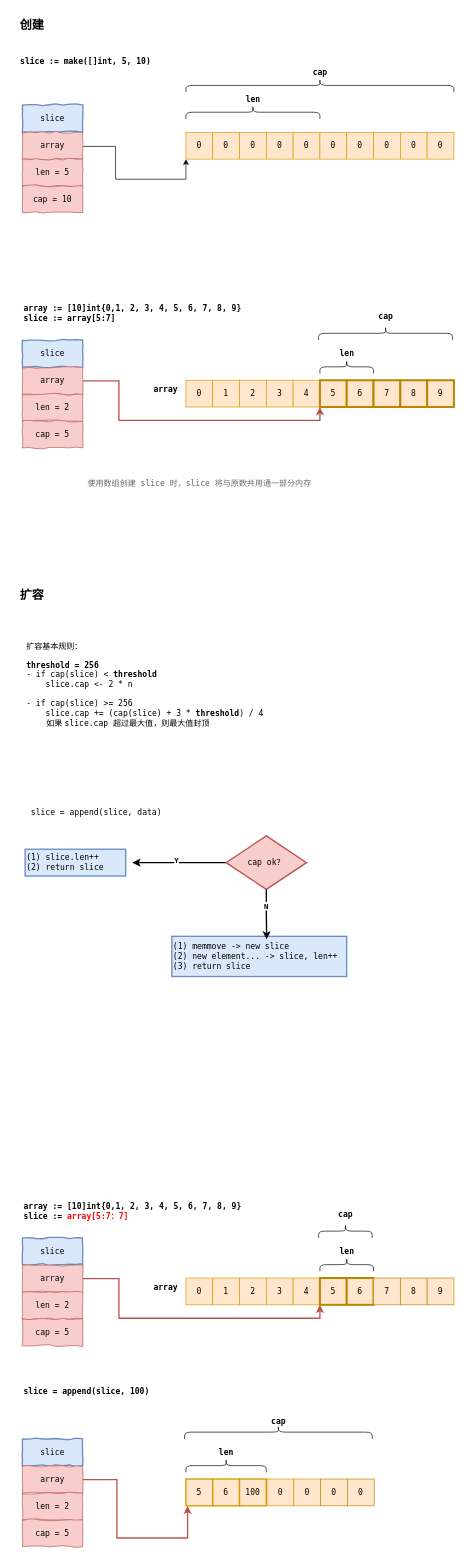
Before: BlogImages/GO/base/slice-operations.drawio in JoyChenNo1/JoyChenNo1.github.io, a draw.io diagram. Source tidied: cells renumbered, new cells numbered last; positions are measured from the earlier drawing's top-left corner, leaving out a move shared by most shapes. Both pictures are drawn from the tidied source at 67%, with x=0, y=0 at pixel (11, -49).
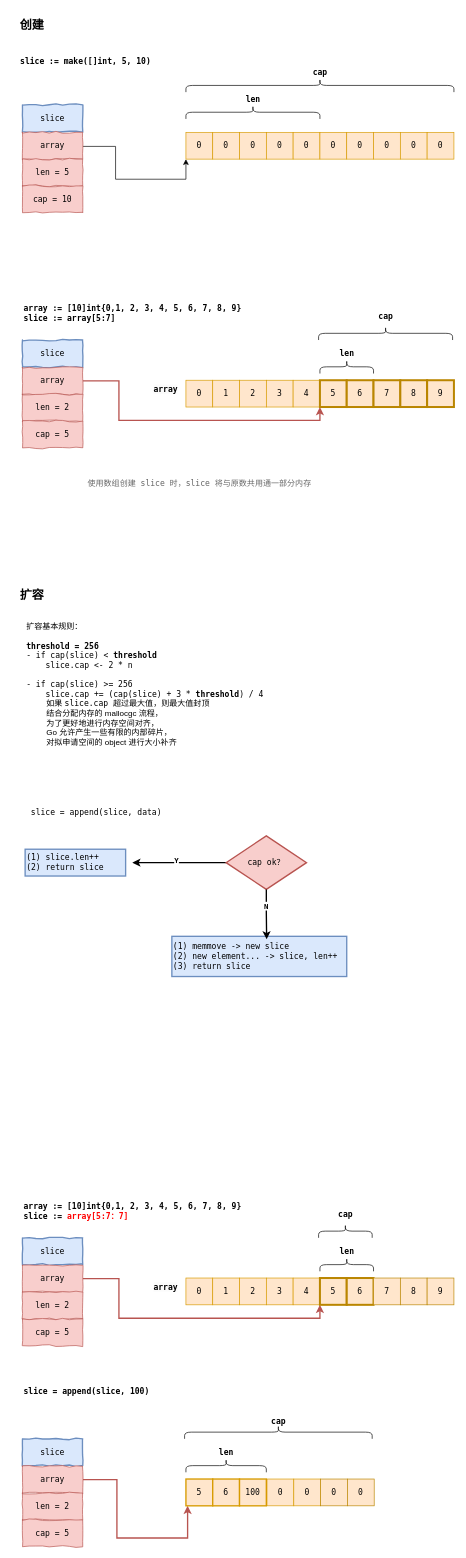
The same page after the edit.

Change to the diagram source:
```diff
@@
-    <mxCell id="46" value="&lt;font face=&quot;Monaco&quot;&gt;扩容基本规则：&lt;/font&gt;&lt;div&gt;&lt;font face=&quot;Monaco&quot;&gt;&lt;br&gt;&lt;/font&gt;&lt;div&gt;&lt;b&gt;&lt;font face=&quot;Monaco&quot;&gt;threshold =&amp;nbsp;&lt;/font&gt;&lt;span style=&quot;font-family: Monaco;&quot;&gt;256&lt;/span&gt;&lt;/b&gt;&lt;font face=&quot;Monaco&quot;&gt;&lt;br&gt;&lt;/font&gt;&lt;div&gt;&lt;font face=&quot;Monaco&quot;&gt;- if cap(slice) &amp;lt;&amp;nbsp;&lt;/font&gt;&lt;b style=&quot;background-color: initial;&quot;&gt;&lt;font face=&quot;Monaco&quot;&gt;threshold&lt;/font&gt;&lt;/b&gt;&lt;/div&gt;&lt;div&gt;&lt;font face=&quot;Monaco&quot;&gt;&amp;nbsp; &amp;nbsp; slice.cap &amp;lt;- 2 * n&lt;/font&gt;&lt;/div&gt;&lt;div&gt;&lt;font face=&quot;Monaco&quot;&gt;&lt;br&gt;&lt;/font&gt;&lt;/div&gt;&lt;div&gt;&lt;font face=&quot;Monaco&quot;&gt;- if cap(slice) &amp;gt;= 256&lt;/font&gt;&lt;/div&gt;&lt;div&gt;&lt;font face=&quot;Monaco&quot;&gt;&amp;nbsp; &amp;nbsp; slice.cap += (&lt;/font&gt;&lt;span style=&quot;font-family: Monaco;&quot;&gt;cap(slice)&lt;/span&gt;&lt;font face=&quot;Monaco&quot;&gt;&amp;nbsp;+ 3 *&amp;nbsp;&lt;/font&gt;&lt;b&gt;&lt;font face=&quot;Monaco&quot;&gt;threshold&lt;/font&gt;&lt;/b&gt;&lt;font face=&quot;Monaco&quot;&gt;) / 4&lt;/font&gt;&lt;/div&gt;&lt;/div&gt;&lt;div&gt;&amp;nbsp; &amp;nbsp; &amp;nbsp; &amp;nbsp; &amp;nbsp;如果&amp;nbsp;&lt;span style=&quot;font-family: Monaco; background-color: initial;&quot;&gt;slice.cap 超过最大值，则&lt;/span&gt;&lt;span style=&quot;background-color: initial;&quot;&gt;最大值封顶&lt;/span&gt;&lt;/div&gt;&lt;/div&gt;" style="text;html=1;align=left;verticalAlign=middle;strokeColor=none;fillColor=none;fontSize=12;fontFamily=Helvetica;fontColor=default;" parent="1" vertex="1">
-      <mxGeometry x="20" y="1019" width="380" height="150" as="geometry" />
+    <mxCell id="46" value="&lt;font face=&quot;Monaco&quot;&gt;扩容基本规则：&lt;/font&gt;&lt;div&gt;&lt;font face=&quot;Monaco&quot;&gt;&lt;br&gt;&lt;/font&gt;&lt;div&gt;&lt;b&gt;&lt;font face=&quot;Monaco&quot;&gt;threshold =&amp;nbsp;&lt;/font&gt;&lt;span style=&quot;font-family: Monaco;&quot;&gt;256&lt;/span&gt;&lt;/b&gt;&lt;font face=&quot;Monaco&quot;&gt;&lt;br&gt;&lt;/font&gt;&lt;div&gt;&lt;font face=&quot;Monaco&quot;&gt;- if cap(slice) &amp;lt;&amp;nbsp;&lt;/font&gt;&lt;b style=&quot;background-color: initial;&quot;&gt;&lt;font face=&quot;Monaco&quot;&gt;threshold&lt;/font&gt;&lt;/b&gt;&lt;/div&gt;&lt;div&gt;&lt;font face=&quot;Monaco&quot;&gt;&amp;nbsp; &amp;nbsp; slice.cap &amp;lt;- 2 * n&lt;/font&gt;&lt;/div&gt;&lt;div&gt;&lt;font face=&quot;Monaco&quot;&gt;&lt;br&gt;&lt;/font&gt;&lt;/div&gt;&lt;div&gt;&lt;font face=&quot;Monaco&quot;&gt;- if cap(slice) &amp;gt;= 256&lt;/font&gt;&lt;/div&gt;&lt;div&gt;&lt;font face=&quot;Monaco&quot;&gt;&amp;nbsp; &amp;nbsp; slice.cap += (&lt;/font&gt;&lt;span style=&quot;font-family: Monaco;&quot;&gt;cap(slice)&lt;/span&gt;&lt;font face=&quot;Monaco&quot;&gt;&amp;nbsp;+ 3 *&amp;nbsp;&lt;/font&gt;&lt;b&gt;&lt;font face=&quot;Monaco&quot;&gt;threshold&lt;/font&gt;&lt;/b&gt;&lt;font face=&quot;Monaco&quot;&gt;) / 4&lt;/font&gt;&lt;/div&gt;&lt;/div&gt;&lt;div&gt;&amp;nbsp; &amp;nbsp; &amp;nbsp; &amp;nbsp; &amp;nbsp;如果&amp;nbsp;&lt;span style=&quot;font-family: Monaco; background-color: initial;&quot;&gt;slice.cap 超过最大值，则&lt;/span&gt;&lt;span style=&quot;background-color: initial;&quot;&gt;最大值封顶&lt;/span&gt;&lt;/div&gt;&lt;div&gt;&lt;span style=&quot;background-color: initial;&quot;&gt;&amp;nbsp; &amp;nbsp; &amp;nbsp; &amp;nbsp; &amp;nbsp;结合分配内存的 mallocgc 流程，&lt;/span&gt;&lt;/div&gt;&lt;div&gt;&lt;span style=&quot;background-color: initial;&quot;&gt;&amp;nbsp; &amp;nbsp; &amp;nbsp; &amp;nbsp; &amp;nbsp;为了更好地进行内存空间对齐，&lt;/span&gt;&lt;/div&gt;&lt;div&gt;&lt;span style=&quot;background-color: initial;&quot;&gt;&amp;nbsp; &amp;nbsp; &amp;nbsp; &amp;nbsp; &amp;nbsp;Go 允许产生一些有限的内部碎片，&lt;br&gt;&lt;/span&gt;&lt;span style=&quot;background-color: initial;&quot;&gt;&amp;nbsp; &amp;nbsp; &amp;nbsp; &amp;nbsp; &amp;nbsp;对拟申请空间的 object 进行大小补齐&lt;/span&gt;&lt;/div&gt;&lt;/div&gt;" style="text;html=1;align=left;verticalAlign=middle;strokeColor=none;fillColor=none;fontSize=12;fontFamily=Helvetica;fontColor=default;" parent="1" vertex="1">
+      <mxGeometry x="20" y="989" width="380" height="210" as="geometry" />
     </mxCell>
```
